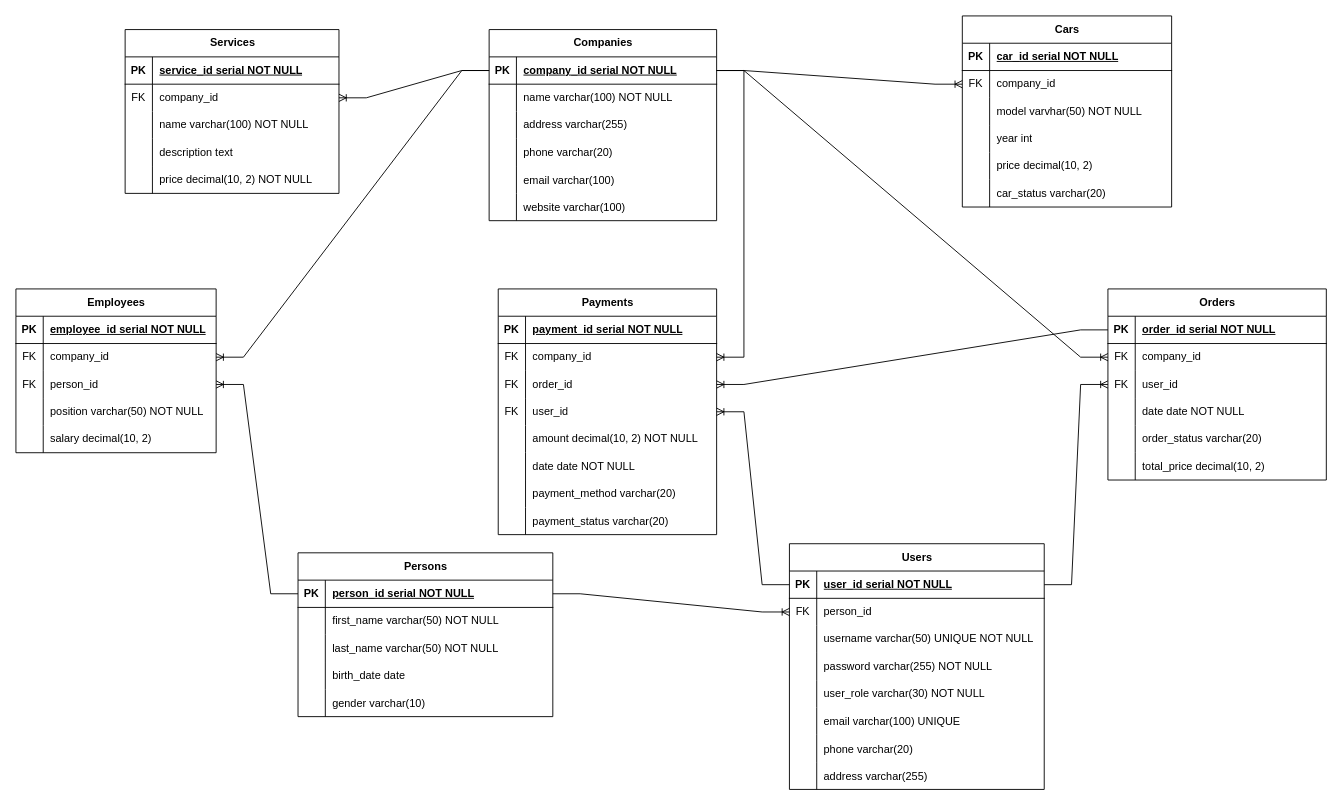
This is diagrams/scheme_db.drawio from L1mir/car-dealership-desktop, a draw.io file, before an edit. Source tidied: cells renumbered, new cells numbered last; positions are measured from the earlier drawing's top-left corner, leaving out a move shared by most shapes. Both pictures are drawn from the tidied source at 91%, with x=0, y=0 at pixel (15, 15).
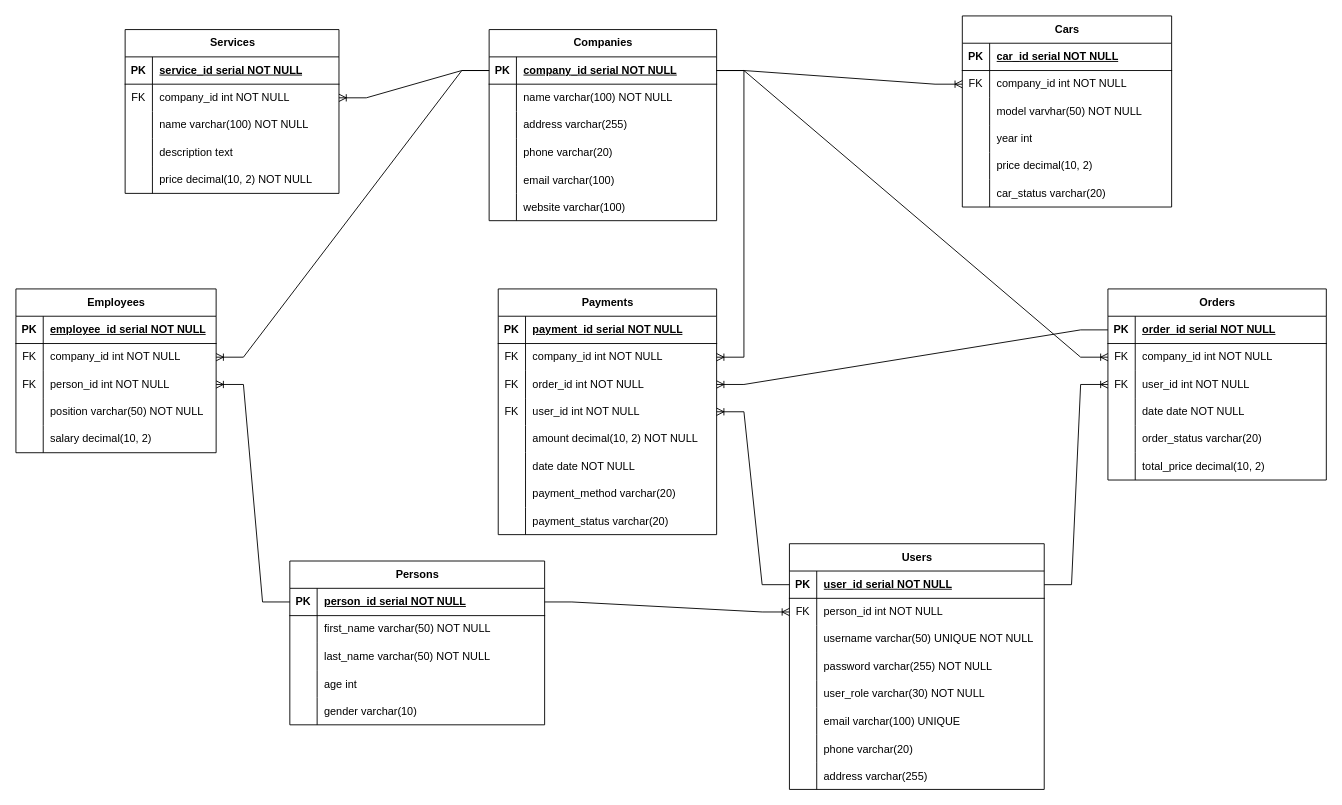
The same page after the edit.

Unchanged cells that the change refers to:
```xml
<mxCell id="31" style="shape=tableRow;horizontal=0;startSize=0;swimlaneHead=0;swimlaneBody=0;fillColor=none;top=0;left=0;right=0;bottom=0;" parent="21" vertex="1">
  <mxGeometry y="120" width="280" height="30" as="geometry" />
</mxCell>
<mxCell id="41" style="shape=tableRow;horizontal=0;startSize=0;swimlaneHead=0;swimlaneBody=0;fillColor=none;points=[[0,0.5],[1,0.5]];portConstraint=eastwest;top=0;left=0;right=0;bottom=0;" parent="37" vertex="1">
  <mxGeometry y="60" width="280" height="30" as="geometry" />
</mxCell>
<mxCell id="66" style="shape=tableRow;horizontal=0;startSize=0;swimlaneHead=0;swimlaneBody=0;fillColor=none;points=[[0,0.5],[1,0.5]];portConstraint=eastwest;top=0;left=0;right=0;bottom=0;" parent="62" vertex="1">
  <mxGeometry y="60" width="230" height="30" as="geometry" />
</mxCell>
<mxCell id="85" style="shape=tableRow;horizontal=0;startSize=0;swimlaneHead=0;swimlaneBody=0;fillColor=none;points=[[0,0.5],[1,0.5]];portConstraint=eastwest;top=0;left=0;right=0;bottom=0;" parent="81" vertex="1">
  <mxGeometry y="60" width="240" height="30" as="geometry" />
</mxCell>
<mxCell id="88" style="shape=tableRow;horizontal=0;startSize=0;swimlaneHead=0;swimlaneBody=0;fillColor=none;points=[[0,0.5],[1,0.5]];portConstraint=eastwest;top=0;left=0;right=0;bottom=0;" parent="81" vertex="1">
  <mxGeometry y="90" width="240" height="30" as="geometry" />
</mxCell>
<mxCell id="104" style="shape=tableRow;horizontal=0;startSize=0;swimlaneHead=0;swimlaneBody=0;fillColor=none;points=[[0,0.5],[1,0.5]];portConstraint=eastwest;top=0;left=0;right=0;bottom=0;" parent="100" vertex="1">
  <mxGeometry y="60" width="235" height="30" as="geometry" />
</mxCell>
<mxCell id="120" style="shape=tableRow;horizontal=0;startSize=0;swimlaneHead=0;swimlaneBody=0;fillColor=none;points=[[0,0.5],[1,0.5]];portConstraint=eastwest;top=0;left=0;right=0;bottom=0;" parent="116" vertex="1">
  <mxGeometry y="60" width="240" height="30" as="geometry" />
</mxCell>
<mxCell id="123" style="shape=tableRow;horizontal=0;startSize=0;swimlaneHead=0;swimlaneBody=0;fillColor=none;points=[[0,0.5],[1,0.5]];portConstraint=eastwest;top=0;left=0;right=0;bottom=0;" parent="116" vertex="1">
  <mxGeometry y="90" width="240" height="30" as="geometry" />
</mxCell>
<mxCell id="126" style="shape=tableRow;horizontal=0;startSize=0;swimlaneHead=0;swimlaneBody=0;fillColor=none;points=[[0,0.5],[1,0.5]];portConstraint=eastwest;top=0;left=0;right=0;bottom=0;" parent="116" vertex="1">
  <mxGeometry y="120" width="240" height="30" as="geometry" />
</mxCell>
<mxCell id="145" style="shape=tableRow;horizontal=0;startSize=0;swimlaneHead=0;swimlaneBody=0;fillColor=none;points=[[0,0.5],[1,0.5]];portConstraint=eastwest;top=0;left=0;right=0;bottom=0;" parent="141" vertex="1">
  <mxGeometry y="60" width="220" height="30" as="geometry" />
</mxCell>
<mxCell id="148" style="shape=tableRow;horizontal=0;startSize=0;swimlaneHead=0;swimlaneBody=0;fillColor=none;points=[[0,0.5],[1,0.5]];portConstraint=eastwest;top=0;left=0;right=0;bottom=0;" parent="141" vertex="1">
  <mxGeometry y="90" width="220" height="30" as="geometry" />
</mxCell>
```

The edit, as a diff of the source:
```diff
@@
     <mxCell id="21" value="Persons" style="shape=table;startSize=30;childLayout=tableLayout;rowLines=0;fontStyle=1;align=center;html=1;" parent="1" vertex="1">
-      <mxGeometry x="310" y="590" width="280" height="180" as="geometry" />
+      <mxGeometry x="301" y="599" width="280" height="180" as="geometry" />
     </mxCell>
@@
-    <mxCell id="32" style="shape=partialRectangle;fillColor=none;top=0;left=0;bottom=0;right=0;overflow=hidden;whiteSpace=wrap;html=1;" parent="31" vertex="1">
-      <mxGeometry width="30" height="30" as="geometry" />
-    </mxCell>
-    <mxCell id="33" value="birth_date date" style="shape=partialRectangle;fillColor=none;top=0;left=0;bottom=0;right=0;align=left;spacingLeft=6;overflow=hidden;whiteSpace=wrap;html=1;" parent="31" vertex="1">
-      <mxGeometry x="30" width="250" height="30" as="geometry" />
-    </mxCell>
+    <mxCell id="167" style="shape=partialRectangle;fillColor=none;top=0;left=0;bottom=0;right=0;overflow=hidden;" parent="31" vertex="1">
+      <mxGeometry width="30" height="30" as="geometry" />
+    </mxCell>
+    <mxCell id="168" value="age int " style="shape=partialRectangle;fillColor=none;top=0;left=0;bottom=0;right=0;align=left;spacingLeft=6;overflow=hidden;" parent="31" vertex="1">
+      <mxGeometry x="30" width="250" height="30" as="geometry" />
+    </mxCell>
@@
-    <mxCell id="43" value="person_id" style="shape=partialRectangle;fillColor=none;top=0;left=0;bottom=0;right=0;align=left;spacingLeft=6;fontStyle=0;overflow=hidden;whiteSpace=wrap;html=1;" parent="41" vertex="1">
+    <mxCell id="43" value="person_id int NOT NULL" style="shape=partialRectangle;fillColor=none;top=0;left=0;bottom=0;right=0;align=left;spacingLeft=6;fontStyle=0;overflow=hidden;whiteSpace=wrap;html=1;" parent="41" vertex="1">
       <mxGeometry x="30" width="250" height="30" as="geometry" />
     </mxCell>
@@
-    <mxCell id="68" value="company_id" style="shape=partialRectangle;fillColor=none;top=0;left=0;bottom=0;right=0;align=left;spacingLeft=6;fontStyle=0;overflow=hidden;whiteSpace=wrap;html=1;" parent="66" vertex="1">
+    <mxCell id="68" value="company_id int NOT NULL" style="shape=partialRectangle;fillColor=none;top=0;left=0;bottom=0;right=0;align=left;spacingLeft=6;fontStyle=0;overflow=hidden;whiteSpace=wrap;html=1;" parent="66" vertex="1">
       <mxGeometry x="30" width="200" height="30" as="geometry" />
     </mxCell>
@@
-    <mxCell id="87" value="company_id" style="shape=partialRectangle;fillColor=none;top=0;left=0;bottom=0;right=0;align=left;spacingLeft=6;fontStyle=0;overflow=hidden;whiteSpace=wrap;html=1;" parent="85" vertex="1">
+    <mxCell id="87" value="company_id int NOT NULL" style="shape=partialRectangle;fillColor=none;top=0;left=0;bottom=0;right=0;align=left;spacingLeft=6;fontStyle=0;overflow=hidden;whiteSpace=wrap;html=1;" parent="85" vertex="1">
       <mxGeometry x="30" width="210" height="30" as="geometry" />
     </mxCell>
@@
-    <mxCell id="90" value="user_id" style="shape=partialRectangle;fillColor=none;top=0;left=0;bottom=0;right=0;align=left;spacingLeft=6;fontStyle=0;overflow=hidden;whiteSpace=wrap;html=1;" parent="88" vertex="1">
+    <mxCell id="90" value="user_id int NOT NULL" style="shape=partialRectangle;fillColor=none;top=0;left=0;bottom=0;right=0;align=left;spacingLeft=6;fontStyle=0;overflow=hidden;whiteSpace=wrap;html=1;" parent="88" vertex="1">
       <mxGeometry x="30" width="210" height="30" as="geometry" />
     </mxCell>
@@
-    <mxCell id="106" value="company_id" style="shape=partialRectangle;fillColor=none;top=0;left=0;bottom=0;right=0;align=left;spacingLeft=6;fontStyle=0;overflow=hidden;whiteSpace=wrap;html=1;" parent="104" vertex="1">
+    <mxCell id="106" value="company_id int NOT NULL" style="shape=partialRectangle;fillColor=none;top=0;left=0;bottom=0;right=0;align=left;spacingLeft=6;fontStyle=0;overflow=hidden;whiteSpace=wrap;html=1;" parent="104" vertex="1">
       <mxGeometry x="30" width="205" height="30" as="geometry" />
     </mxCell>
@@
-    <mxCell id="122" value="company_id" style="shape=partialRectangle;fillColor=none;top=0;left=0;bottom=0;right=0;align=left;spacingLeft=6;fontStyle=0;overflow=hidden;whiteSpace=wrap;html=1;" parent="120" vertex="1">
+    <mxCell id="122" value="company_id int NOT NULL" style="shape=partialRectangle;fillColor=none;top=0;left=0;bottom=0;right=0;align=left;spacingLeft=6;fontStyle=0;overflow=hidden;whiteSpace=wrap;html=1;" parent="120" vertex="1">
       <mxGeometry x="30" width="210" height="30" as="geometry" />
     </mxCell>
@@
-    <mxCell id="125" value="order_id" style="shape=partialRectangle;fillColor=none;top=0;left=0;bottom=0;right=0;align=left;spacingLeft=6;fontStyle=0;overflow=hidden;whiteSpace=wrap;html=1;" parent="123" vertex="1">
+    <mxCell id="125" value="order_id int NOT NULL" style="shape=partialRectangle;fillColor=none;top=0;left=0;bottom=0;right=0;align=left;spacingLeft=6;fontStyle=0;overflow=hidden;whiteSpace=wrap;html=1;" parent="123" vertex="1">
       <mxGeometry x="30" width="210" height="30" as="geometry" />
     </mxCell>
@@
-    <mxCell id="128" value="user_id" style="shape=partialRectangle;fillColor=none;top=0;left=0;bottom=0;right=0;align=left;spacingLeft=6;fontStyle=0;overflow=hidden;whiteSpace=wrap;html=1;" parent="126" vertex="1">
+    <mxCell id="128" value="user_id int NOT NULL" style="shape=partialRectangle;fillColor=none;top=0;left=0;bottom=0;right=0;align=left;spacingLeft=6;fontStyle=0;overflow=hidden;whiteSpace=wrap;html=1;" parent="126" vertex="1">
       <mxGeometry x="30" width="210" height="30" as="geometry" />
     </mxCell>
@@
-    <mxCell id="147" value="company_id" style="shape=partialRectangle;fillColor=none;top=0;left=0;bottom=0;right=0;align=left;spacingLeft=6;fontStyle=0;overflow=hidden;whiteSpace=wrap;html=1;" parent="145" vertex="1">
+    <mxCell id="147" value="company_id int NOT NULL" style="shape=partialRectangle;fillColor=none;top=0;left=0;bottom=0;right=0;align=left;spacingLeft=6;fontStyle=0;overflow=hidden;whiteSpace=wrap;html=1;" parent="145" vertex="1">
       <mxGeometry x="30" width="190" height="30" as="geometry" />
     </mxCell>
@@
-    <mxCell id="150" value="person_id" style="shape=partialRectangle;fillColor=none;top=0;left=0;bottom=0;right=0;align=left;spacingLeft=6;fontStyle=0;overflow=hidden;whiteSpace=wrap;html=1;" parent="148" vertex="1">
+    <mxCell id="150" value="person_id int NOT NULL" style="shape=partialRectangle;fillColor=none;top=0;left=0;bottom=0;right=0;align=left;spacingLeft=6;fontStyle=0;overflow=hidden;whiteSpace=wrap;html=1;" parent="148" vertex="1">
       <mxGeometry x="30" width="190" height="30" as="geometry" />
     </mxCell>
```
